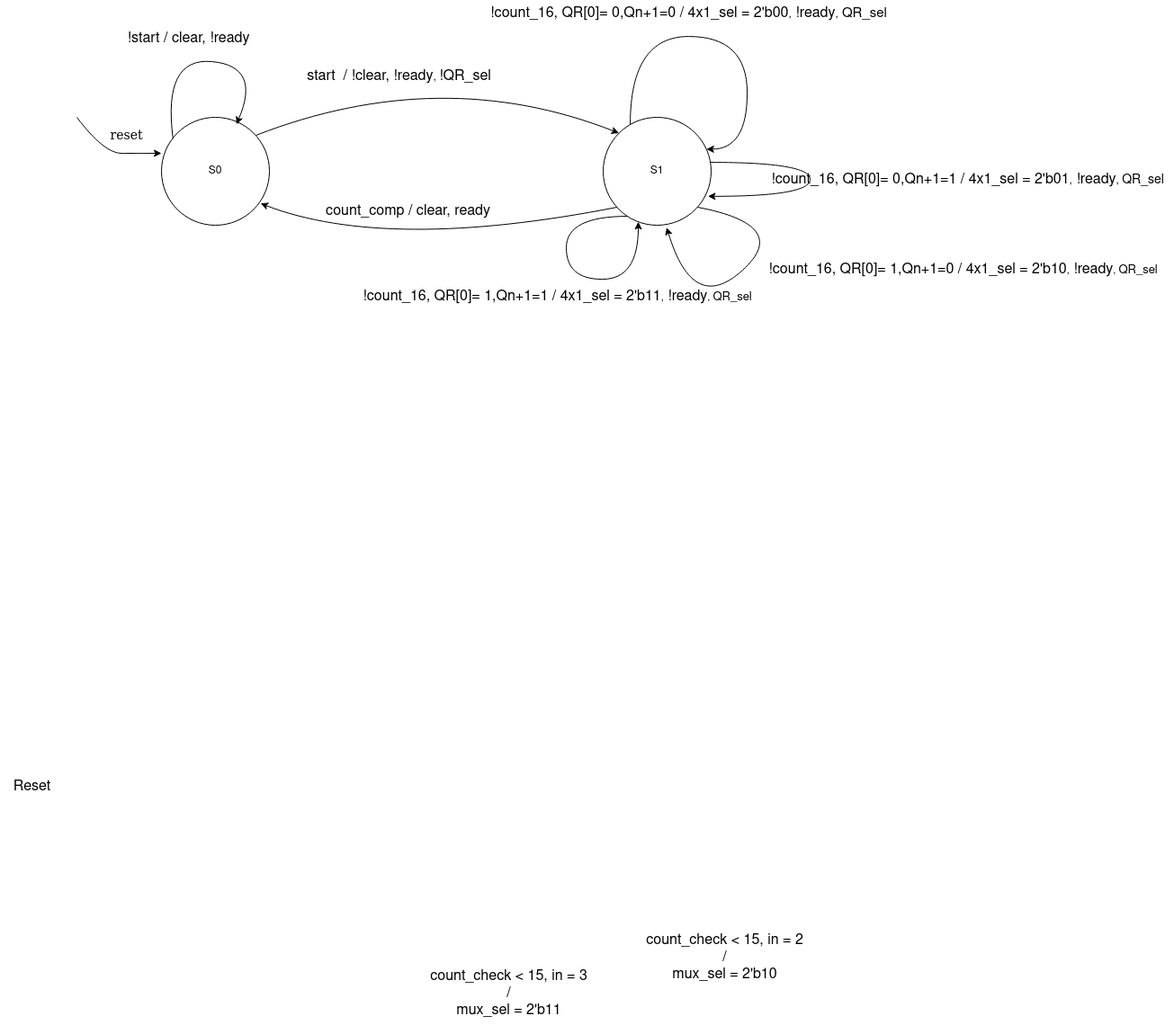
medsuet/Xcelerium-IC-Design-Training keeps this draw.io diagram as Faisal/src/seq_multiplier/docs/controller.png. Above is the earlier version. Source tidied: cells renumbered, new cells last; positions are measured from the earlier drawing's top-left corner, leaving out a move shared by most shapes. The source it was exported from:
```xml
<mxGraphModel background="#ffffff">
  <root>
    <mxCell id="0" />
    <mxCell id="1" parent="0" />
    <mxCell id="2" value="S0" style="ellipse;whiteSpace=wrap;html=1;" parent="1" vertex="1">
      <mxGeometry x="179" y="130" width="120" height="120" as="geometry" />
    </mxCell>
    <mxCell id="3" style="edgeStyle=orthogonalEdgeStyle;rounded=0;orthogonalLoop=1;jettySize=auto;html=1;curved=1;entryX=0.97;entryY=0.732;entryDx=0;entryDy=0;entryPerimeter=0;" parent="1" edge="1" source="5" target="5">
      <mxGeometry relative="1" as="geometry">
        <Array as="points">
          <mxPoint x="900" y="180" />
          <mxPoint x="900" y="218" />
        </Array>
      </mxGeometry>
    </mxCell>
    <mxCell id="4" value="&lt;font style=&quot;font-size: 16px;&quot;&gt;!count_16, QR[0]= 1,Qn+1=1 &lt;/font&gt;&lt;font style=&quot;font-size: 16px;&quot;&gt;/ &lt;/font&gt;&lt;font style=&quot;font-size: 16px;&quot;&gt;4x1_sel = 2'b11&lt;/font&gt;,&lt;font style=&quot;font-size: 16px;&quot;&gt; !ready&lt;/font&gt;, &lt;font style=&quot;font-size: 13px;&quot;&gt;QR_sel&lt;/font&gt;" style="edgeStyle=orthogonalEdgeStyle;rounded=0;orthogonalLoop=1;jettySize=auto;html=1;curved=1;" parent="1" edge="1" source="5" target="5">
      <mxGeometry x="-0.02" y="-22" relative="1" as="geometry">
        <Array as="points">
          <mxPoint x="629" y="240" />
          <mxPoint x="629" y="310" />
          <mxPoint x="709" y="310" />
        </Array>
        <mxPoint x="-9" y="-2" as="offset" />
      </mxGeometry>
    </mxCell>
    <mxCell id="5" value="S1" style="ellipse;whiteSpace=wrap;html=1;" parent="1" vertex="1">
      <mxGeometry x="670" y="130" width="120" height="120" as="geometry" />
    </mxCell>
    <mxCell id="6" value="&lt;font style=&quot;font-size: 14px;&quot; face=&quot;Verdana&quot;&gt;reset&lt;/font&gt;" style="curved=1;endArrow=classic;html=1;rounded=0;" parent="1" edge="1">
      <mxGeometry x="0.53" y="20" relative="1" as="geometry">
        <mxPoint x="85" y="130" as="sourcePoint" />
        <mxPoint x="179" y="170" as="targetPoint" />
        <Array as="points">
          <mxPoint x="115" y="170" />
          <mxPoint x="155" y="170" />
          <mxPoint x="129" y="170" />
        </Array>
      </mxGeometry>
    </mxCell>
    <mxCell id="7" value="&lt;font style=&quot;font-size: 16px;&quot;&gt;Reset&lt;/font&gt;" style="text;html=1;align=center;verticalAlign=middle;strokeColor=none;fillColor=none;" parent="1" vertex="1">
      <mxGeometry y="860" width="70" height="30" as="geometry" />
    </mxCell>
    <mxCell id="8" value="&lt;font style=&quot;font-size: 16px;&quot;&gt;start&amp;nbsp; / !clear, !ready&lt;/font&gt;, &lt;font style=&quot;font-size: 16px;&quot;&gt;!QR_sel&lt;/font&gt;" style="text;html=1;align=center;verticalAlign=middle;strokeColor=none;fillColor=none;" parent="1" vertex="1">
      <mxGeometry x="328" y="70" width="230" height="30" as="geometry" />
    </mxCell>
    <mxCell id="9" style="edgeStyle=orthogonalEdgeStyle;rounded=0;orthogonalLoop=1;jettySize=auto;html=1;entryX=0.956;entryY=0.295;entryDx=0;entryDy=0;entryPerimeter=0;curved=1;" parent="1" edge="1" source="5" target="5">
      <mxGeometry relative="1" as="geometry">
        <Array as="points">
          <mxPoint x="700" y="40" />
          <mxPoint x="830" y="40" />
          <mxPoint x="830" y="165" />
        </Array>
      </mxGeometry>
    </mxCell>
    <mxCell id="10" value="&lt;font style=&quot;font-size: 16px;&quot;&gt;count_comp / clear, ready&lt;/font&gt;" style="text;html=1;align=center;verticalAlign=middle;strokeColor=none;fillColor=none;" parent="1" vertex="1">
      <mxGeometry x="348" y="220" width="210" height="30" as="geometry" />
    </mxCell>
    <mxCell id="11" value="&lt;font style=&quot;font-size: 16px;&quot;&gt;!count_16, QR[0]= 0,Qn+1=0 &lt;/font&gt;&lt;font style=&quot;font-size: 16px;&quot;&gt;/ &lt;/font&gt;&lt;font style=&quot;font-size: 16px;&quot;&gt;4x1_sel = 2'b00&lt;/font&gt;,&lt;font style=&quot;font-size: 16px;&quot;&gt; !ready&lt;/font&gt;,&lt;font style=&quot;font-size: 15px;&quot;&gt; QR_sel&lt;/font&gt;" style="text;html=1;align=center;verticalAlign=middle;strokeColor=none;fillColor=none;" parent="1" vertex="1">
      <mxGeometry x="535" width="460" height="30" as="geometry" />
    </mxCell>
    <mxCell id="12" value="&lt;font style=&quot;font-size: 16px;&quot;&gt;!count_16, QR[0]= 0,Qn+1=1 &lt;/font&gt;&lt;font style=&quot;font-size: 16px;&quot;&gt;/ &lt;/font&gt;&lt;font style=&quot;font-size: 16px;&quot;&gt;4x1_sel = 2'b01&lt;/font&gt;,&lt;font style=&quot;font-size: 16px;&quot;&gt; !ready&lt;/font&gt;, &lt;font style=&quot;font-size: 14px;&quot;&gt;QR_sel&lt;/font&gt;" style="text;html=1;align=center;verticalAlign=middle;strokeColor=none;fillColor=none;" parent="1" vertex="1">
      <mxGeometry x="845" y="185" width="460" height="30" as="geometry" />
    </mxCell>
    <mxCell id="13" value="&lt;font style=&quot;font-size: 16px;&quot;&gt;count_check &amp;lt; 15, in = 2&lt;/font&gt;&lt;div&gt;&lt;font style=&quot;font-size: 16px;&quot;&gt;/&lt;/font&gt;&lt;/div&gt;&lt;div&gt;&lt;font style=&quot;font-size: 16px;&quot;&gt;mux_sel = 2'b10&lt;/font&gt;&lt;/div&gt;" style="text;html=1;align=center;verticalAlign=middle;strokeColor=none;fillColor=none;" parent="1" vertex="1">
      <mxGeometry x="705" y="1030" width="200" height="70" as="geometry" />
    </mxCell>
    <mxCell id="14" value="&lt;font style=&quot;font-size: 16px;&quot;&gt;count_check &amp;lt; 15, in = 3&lt;/font&gt;&lt;div&gt;&lt;font style=&quot;font-size: 16px;&quot;&gt;/&lt;/font&gt;&lt;/div&gt;&lt;div&gt;&lt;font style=&quot;font-size: 16px;&quot;&gt;mux_sel = 2'b11&lt;/font&gt;&lt;/div&gt;" style="text;html=1;align=center;verticalAlign=middle;strokeColor=none;fillColor=none;" parent="1" vertex="1">
      <mxGeometry x="465" y="1070" width="200" height="70" as="geometry" />
    </mxCell>
    <mxCell id="15" style="endArrow=classic;html=1;rounded=0;curved=1;entryX=0;entryY=0;entryDx=0;entryDy=0;" parent="1" edge="1" target="5">
      <mxGeometry relative="1" as="geometry">
        <mxPoint x="284" y="150" as="sourcePoint" />
        <Array as="points">
          <mxPoint x="490" y="70" />
        </Array>
      </mxGeometry>
    </mxCell>
    <mxCell id="16" value="&lt;font style=&quot;font-size: 16px;&quot;&gt;!start / clear, !ready&lt;br&gt;&lt;/font&gt;" style="endArrow=classic;html=1;rounded=0;curved=1;exitX=0.107;exitY=0.198;exitDx=0;exitDy=0;exitPerimeter=0;" parent="1" edge="1" source="2">
      <mxGeometry x="-0.13" y="23" relative="1" as="geometry">
        <mxPoint x="262.3" y="137.7" as="targetPoint" />
        <Array as="points">
          <mxPoint x="180" y="63" />
          <mxPoint x="290" y="73" />
        </Array>
      </mxGeometry>
    </mxCell>
    <mxCell id="17" value="&lt;font style=&quot;font-size: 16px;&quot;&gt;!count_16, QR[0]= 1,Qn+1=0 &lt;/font&gt;&lt;font style=&quot;font-size: 16px;&quot;&gt;/ &lt;/font&gt;&lt;font style=&quot;font-size: 16px;&quot;&gt;4x1_sel = 2'b10&lt;/font&gt;,&lt;font style=&quot;font-size: 16px;&quot;&gt; !ready&lt;/font&gt;, &lt;font style=&quot;font-size: 13px;&quot;&gt;QR_sel&lt;/font&gt;" style="endArrow=classic;html=1;rounded=0;curved=1;entryX=0.588;entryY=1.02;entryDx=0;entryDy=0;entryPerimeter=0;" parent="1" edge="1" target="5">
      <mxGeometry x="-0.4" y="196" relative="1" as="geometry">
        <mxPoint x="775" y="230" as="sourcePoint" />
        <Array as="points">
          <mxPoint x="880" y="250" />
          <mxPoint x="770" y="350" />
        </Array>
        <mxPoint x="58" y="-95" as="offset" />
      </mxGeometry>
    </mxCell>
    <mxCell id="18" style="endArrow=classic;html=1;rounded=0;curved=1;entryX=0.918;entryY=0.798;entryDx=0;entryDy=0;entryPerimeter=0;" parent="1" edge="1" target="2">
      <mxGeometry relative="1" as="geometry">
        <mxPoint x="685.2" y="230" as="sourcePoint" />
        <Array as="points">
          <mxPoint x="430" y="280" />
        </Array>
      </mxGeometry>
    </mxCell>
  </root>
</mxGraphModel>
```
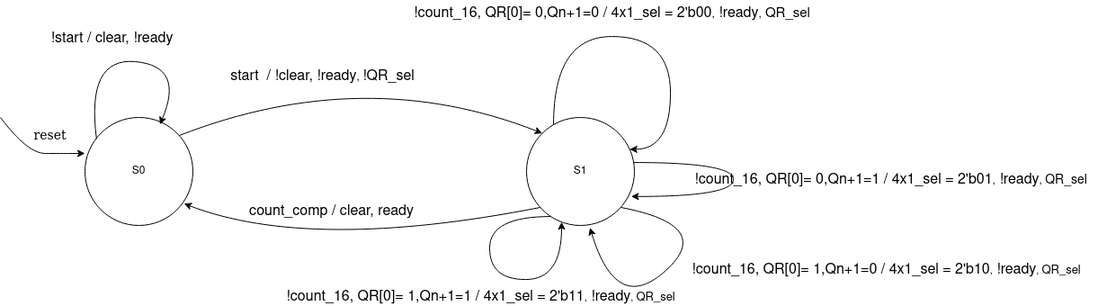
Above is the later version.

Commit message:
Fixed the bug in controller and update readme.md

Change to the diagram source:
```diff
@@ -37,9 +37,6 @@
         </Array>
       </mxGeometry>
     </mxCell>
-    <mxCell id="7" value="&lt;font style=&quot;font-size: 16px;&quot;&gt;Reset&lt;/font&gt;" style="text;html=1;align=center;verticalAlign=middle;strokeColor=none;fillColor=none;" parent="1" vertex="1">
-      <mxGeometry y="860" width="70" height="30" as="geometry" />
-    </mxCell>
     <mxCell id="8" value="&lt;font style=&quot;font-size: 16px;&quot;&gt;start&amp;nbsp; / !clear, !ready&lt;/font&gt;, &lt;font style=&quot;font-size: 16px;&quot;&gt;!QR_sel&lt;/font&gt;" style="text;html=1;align=center;verticalAlign=middle;strokeColor=none;fillColor=none;" parent="1" vertex="1">
       <mxGeometry x="328" y="70" width="230" height="30" as="geometry" />
     </mxCell>
@@ -61,12 +58,6 @@
     <mxCell id="12" value="&lt;font style=&quot;font-size: 16px;&quot;&gt;!count_16, QR[0]= 0,Qn+1=1 &lt;/font&gt;&lt;font style=&quot;font-size: 16px;&quot;&gt;/ &lt;/font&gt;&lt;font style=&quot;font-size: 16px;&quot;&gt;4x1_sel = 2'b01&lt;/font&gt;,&lt;font style=&quot;font-size: 16px;&quot;&gt; !ready&lt;/font&gt;, &lt;font style=&quot;font-size: 14px;&quot;&gt;QR_sel&lt;/font&gt;" style="text;html=1;align=center;verticalAlign=middle;strokeColor=none;fillColor=none;" parent="1" vertex="1">
       <mxGeometry x="845" y="185" width="460" height="30" as="geometry" />
     </mxCell>
-    <mxCell id="13" value="&lt;font style=&quot;font-size: 16px;&quot;&gt;count_check &amp;lt; 15, in = 2&lt;/font&gt;&lt;div&gt;&lt;font style=&quot;font-size: 16px;&quot;&gt;/&lt;/font&gt;&lt;/div&gt;&lt;div&gt;&lt;font style=&quot;font-size: 16px;&quot;&gt;mux_sel = 2'b10&lt;/font&gt;&lt;/div&gt;" style="text;html=1;align=center;verticalAlign=middle;strokeColor=none;fillColor=none;" parent="1" vertex="1">
-      <mxGeometry x="705" y="1030" width="200" height="70" as="geometry" />
-    </mxCell>
-    <mxCell id="14" value="&lt;font style=&quot;font-size: 16px;&quot;&gt;count_check &amp;lt; 15, in = 3&lt;/font&gt;&lt;div&gt;&lt;font style=&quot;font-size: 16px;&quot;&gt;/&lt;/font&gt;&lt;/div&gt;&lt;div&gt;&lt;font style=&quot;font-size: 16px;&quot;&gt;mux_sel = 2'b11&lt;/font&gt;&lt;/div&gt;" style="text;html=1;align=center;verticalAlign=middle;strokeColor=none;fillColor=none;" parent="1" vertex="1">
-      <mxGeometry x="465" y="1070" width="200" height="70" as="geometry" />
-    </mxCell>
     <mxCell id="15" style="endArrow=classic;html=1;rounded=0;curved=1;entryX=0;entryY=0;entryDx=0;entryDy=0;" parent="1" edge="1" target="5">
       <mxGeometry relative="1" as="geometry">
         <mxPoint x="284" y="150" as="sourcePoint" />
```
